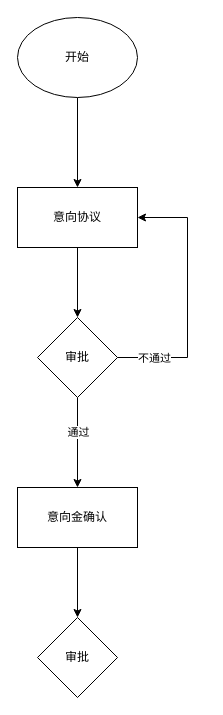
Above: 项目作废流程图.drawio in wongchuenfai/gittest (draw.io), before the change. Source tidied: cells renumbered, new cells numbered last; positions are measured from the earlier drawing's top-left corner, leaving out a move shared by most shapes. Both pictures are drawn from the tidied source at 100%, with x=0, y=0 at pixel (17, 17).
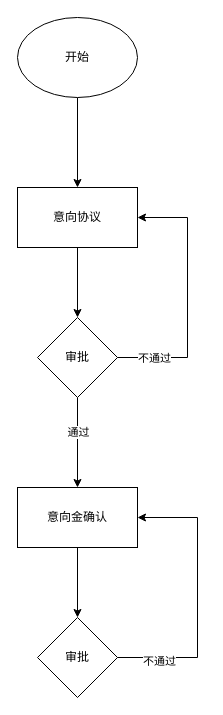
After the change.

Commit message (it also covers changes not shown here):
更新项目作废流程图.drawio

What changed in the source:
```diff
@@
 <mxGraphModel>
   <root>
     <mxCell id="0" />
     <mxCell id="1" parent="0" />
     <mxCell id="2" style="edgeStyle=orthogonalEdgeStyle;rounded=0;jettySize=auto;html=1;" parent="1" edge="1" source="3" target="5">
       <mxGeometry relative="1" as="geometry" />
     </mxCell>
     <mxCell id="3" value="开始" style="ellipse;whiteSpace=wrap;html=1;" parent="1" vertex="1">
       <mxGeometry width="120" height="80" as="geometry" />
     </mxCell>
     <mxCell id="4" style="edgeStyle=orthogonalEdgeStyle;rounded=0;jettySize=auto;html=1;" parent="1" edge="1" source="5" target="8">
       <mxGeometry relative="1" as="geometry" />
     </mxCell>
     <mxCell id="5" value="意向协议" style="whiteSpace=wrap;html=1;" parent="1" vertex="1">
       <mxGeometry y="170" width="120" height="60" as="geometry" />
     </mxCell>
     <mxCell id="6" style="edgeStyle=orthogonalEdgeStyle;rounded=0;jettySize=auto;html=1;" parent="1" edge="1" source="8" target="12">
       <mxGeometry relative="1" as="geometry" />
     </mxCell>
     <mxCell id="7" value="通过" style="edgeLabel;html=1;align=center;verticalAlign=middle;" parent="6" vertex="1">
       <mxGeometry x="-0.24" relative="1" as="geometry" />
     </mxCell>
     <mxCell id="8" value="审批" style="rhombus;whiteSpace=wrap;html=1;" parent="1" vertex="1">
       <mxGeometry x="20" y="300" width="80" height="80" as="geometry" />
     </mxCell>
     <mxCell id="9" style="endArrow=classic;html=1;rounded=0;exitX=1;exitY=0.5;exitDx=0;exitDy=0;entryX=1;entryY=0.5;entryDx=0;entryDy=0;" parent="1" edge="1" source="8" target="5">
       <mxGeometry relative="1" as="geometry">
         <Array as="points">
           <mxPoint x="170" y="340" />
           <mxPoint x="170" y="200" />
         </Array>
       </mxGeometry>
     </mxCell>
     <mxCell id="10" value="不通过" style="edgeLabel;html=1;align=center;verticalAlign=middle;" parent="9" vertex="1">
       <mxGeometry x="-0.72" relative="1" as="geometry" />
     </mxCell>
     <mxCell id="11" style="edgeStyle=orthogonalEdgeStyle;rounded=0;jettySize=auto;html=1;" parent="1" edge="1" source="12" target="13">
       <mxGeometry relative="1" as="geometry" />
     </mxCell>
     <mxCell id="12" value="意向金确认" style="whiteSpace=wrap;html=1;" parent="1" vertex="1">
       <mxGeometry y="470" width="120" height="60" as="geometry" />
     </mxCell>
     <mxCell id="13" value="审批" style="rhombus;whiteSpace=wrap;html=1;" parent="1" vertex="1">
       <mxGeometry x="20" y="600" width="80" height="80" as="geometry" />
     </mxCell>
+    <mxCell id="14" style="endArrow=classic;html=1;rounded=0;entryX=1;entryY=0.5;entryDx=0;entryDy=0;" parent="1" edge="1" target="12">
+      <mxGeometry relative="1" as="geometry">
+        <mxPoint x="100" y="640" as="sourcePoint" />
+        <Array as="points">
+          <mxPoint x="180" y="640" />
+          <mxPoint x="180" y="500" />
+        </Array>
+      </mxGeometry>
+    </mxCell>
+    <mxCell id="15" value="不通过" style="edgeLabel;html=1;align=center;verticalAlign=middle;" parent="14" vertex="1">
+      <mxGeometry x="-0.71" y="-3" relative="1" as="geometry" />
+    </mxCell>
   </root>
 </mxGraphModel>
```
